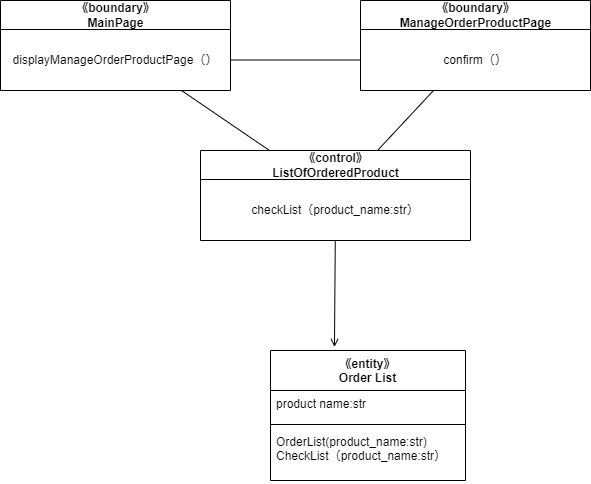
MasakiHiguchi/--- keeps this draw.io diagram as psp4/設計モデルのクラス/設計モデルクラス図_発注仕込み.drawio.png. Above is the earlier version. Source tidied: cells renumbered, new cells last; positions are measured from the earlier drawing's top-left corner, leaving out a move shared by most shapes.
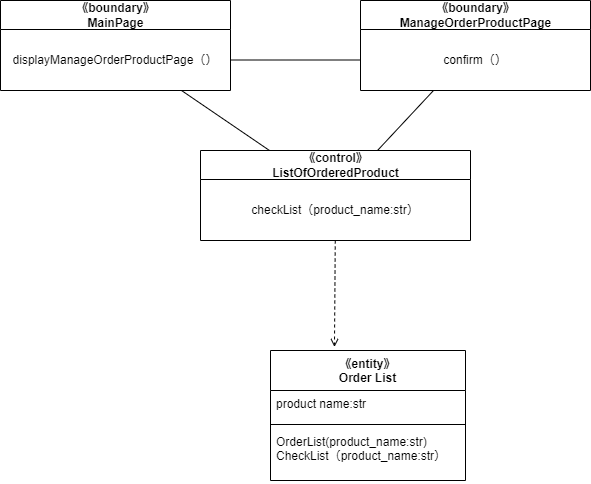
Above is the later version.

Diff of the diagram source:
```diff
@@ -41,7 +41,7 @@
     <mxCell id="14" value="OrderList(product_name:str)&#10;CheckList（product_name:str）" style="text;strokeColor=none;fillColor=none;align=left;verticalAlign=top;spacingLeft=4;spacingRight=4;overflow=hidden;" parent="11" vertex="1">
       <mxGeometry y="78" width="195" height="52" as="geometry" />
     </mxCell>
-    <mxCell id="15" style="edgeStyle=none;html=1;entryX=0.328;entryY=-0.027;entryDx=0;entryDy=0;entryPerimeter=0;endArrow=open;endFill=0;" parent="1" edge="1" source="3" target="11">
+    <mxCell id="15" style="edgeStyle=none;html=1;entryX=0.328;entryY=-0.027;entryDx=0;entryDy=0;entryPerimeter=0;endArrow=open;endFill=0;dashed=1;" parent="1" edge="1" source="3" target="11">
       <mxGeometry relative="1" as="geometry" />
     </mxCell>
   </root>
```
